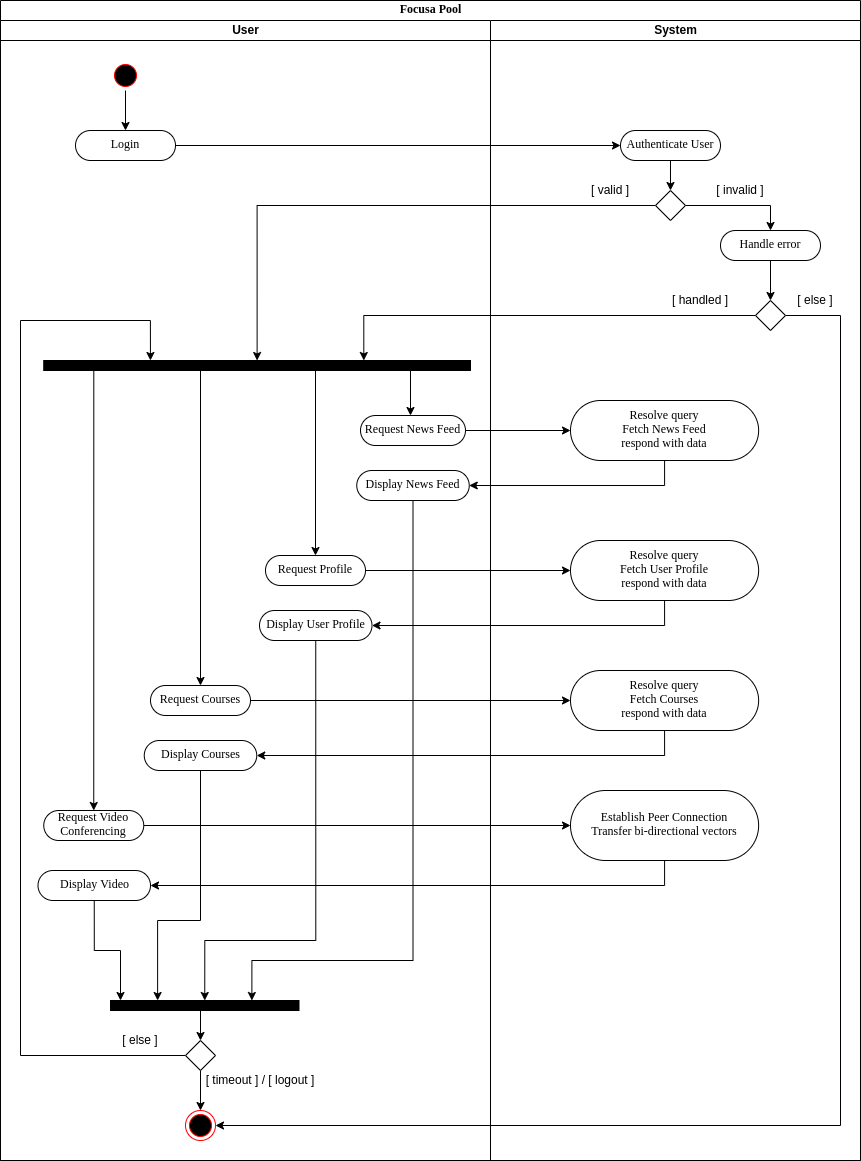
Above: report/images/activity.png in yashdiniz/focusa2021 (draw.io), before the change. Source tidied: cells renumbered, new cells last; positions are measured from the earlier drawing's top-left corner, leaving out a move shared by most shapes.
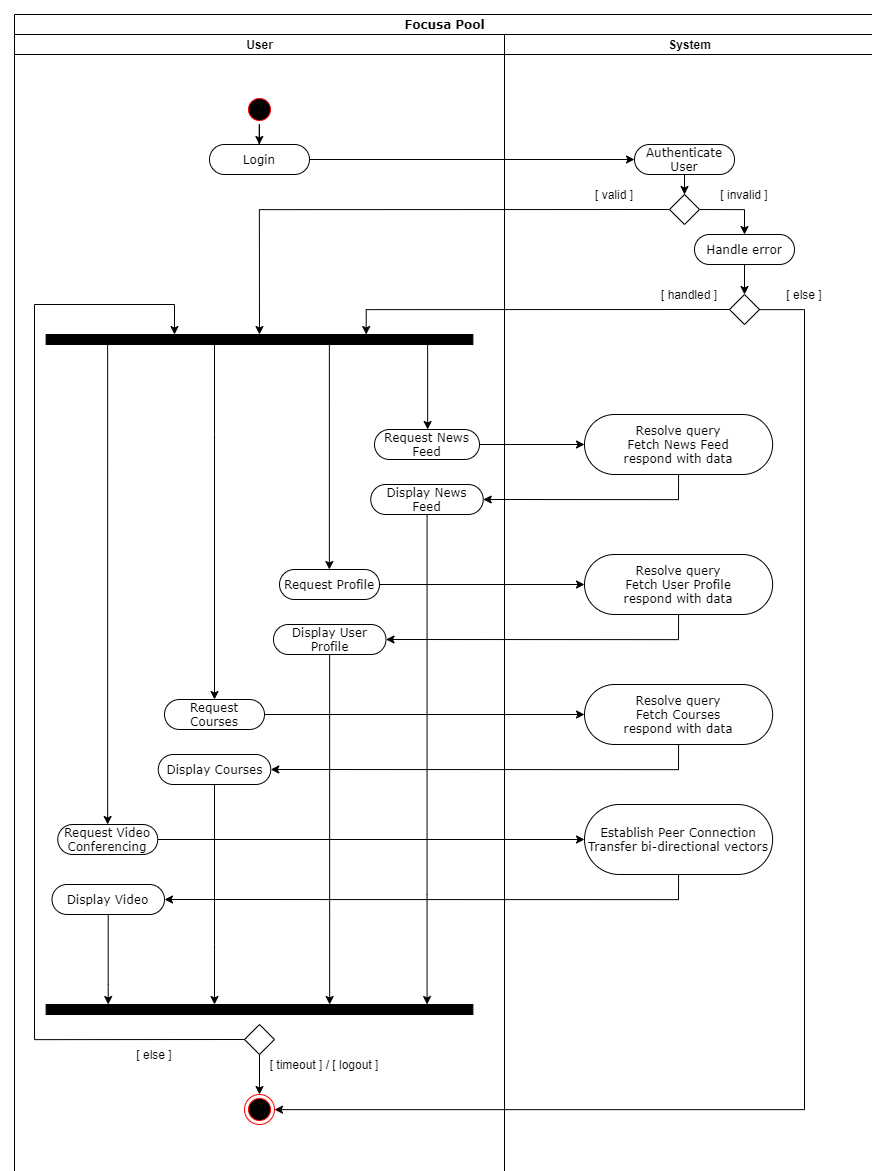
After the commit.

Change to the diagram source:
```diff
@@ -8,12 +8,12 @@
     <mxCell id="3" style="edgeStyle=orthogonalEdgeStyle;rounded=0;jettySize=auto;html=1;exitX=1;exitY=0.5;exitDx=0;exitDy=0;entryX=0;entryY=0.5;entryDx=0;entryDy=0;" parent="2" edge="1" source="15" target="46">
       <mxGeometry relative="1" as="geometry" />
     </mxCell>
-    <mxCell id="4" style="edgeStyle=orthogonalEdgeStyle;rounded=0;jettySize=auto;html=1;exitX=0;exitY=0.5;exitDx=0;exitDy=0;entryX=0.5;entryY=0;entryDx=0;entryDy=0;" parent="2" edge="1" source="50" target="19">
-      <mxGeometry relative="1" as="geometry" />
-    </mxCell>
-    <mxCell id="5" style="edgeStyle=orthogonalEdgeStyle;rounded=0;jettySize=auto;html=1;exitX=0;exitY=0.5;exitDx=0;exitDy=0;entryX=0.75;entryY=0;entryDx=0;entryDy=0;" parent="2" edge="1" source="52" target="19">
-      <mxGeometry relative="1" as="geometry" />
-    </mxCell>
+    <mxCell id="60" style="edgeStyle=orthogonalEdgeStyle;rounded=0;jettySize=auto;html=1;exitX=0;exitY=0.5;exitDx=0;exitDy=0;entryX=0.5;entryY=0;entryDx=0;entryDy=0;" parent="2" edge="1" source="81" target="68">
+      <mxGeometry relative="1" as="geometry" />
+    </mxCell>
+    <mxCell id="61" style="edgeStyle=orthogonalEdgeStyle;rounded=0;jettySize=auto;html=1;exitX=0;exitY=0.5;exitDx=0;exitDy=0;entryX=0.75;entryY=0;entryDx=0;entryDy=0;" parent="2" edge="1" source="82" target="68">
+      <mxGeometry relative="1" as="geometry" />
+    </mxCell>
     <mxCell id="6" style="edgeStyle=orthogonalEdgeStyle;rounded=0;jettySize=auto;html=1;exitX=1;exitY=0.5;exitDx=0;exitDy=0;entryX=0;entryY=0.5;entryDx=0;entryDy=0;" parent="2" edge="1" source="26" target="55">
       <mxGeometry relative="1" as="geometry" />
     </mxCell>
@@ -42,171 +42,164 @@
       <mxGeometry y="20" width="490" height="1140" as="geometry" />
     </mxCell>
     <mxCell id="15" value="Login" style="rounded=1;whiteSpace=wrap;html=1;shadow=0;comic=0;labelBackgroundColor=none;strokeWidth=1;fontFamily=Verdana;fontSize=12;align=center;arcSize=50;" parent="14" vertex="1">
-      <mxGeometry x="75" y="110" width="100" height="30" as="geometry" />
+      <mxGeometry x="195" y="110" width="100" height="30" as="geometry" />
     </mxCell>
-    <mxCell id="16" style="edgeStyle=orthogonalEdgeStyle;rounded=0;jettySize=auto;html=1;exitX=0.5;exitY=1;exitDx=0;exitDy=0;" parent="14" edge="1" source="17" target="15">
-      <mxGeometry relative="1" as="geometry" />
-    </mxCell>
-    <mxCell id="17" style="ellipse;html=1;shape=startState;fillColor=#000000;strokeColor=#ff0000;" parent="14" vertex="1">
-      <mxGeometry x="110" y="40" width="30" height="30" as="geometry" />
-    </mxCell>
-    <mxCell id="18" style="edgeStyle=orthogonalEdgeStyle;rounded=0;jettySize=auto;html=1;exitX=0.75;exitY=1;exitDx=0;exitDy=0;" parent="14" edge="1" source="19" target="26">
-      <mxGeometry relative="1" as="geometry">
-        <Array as="points">
-          <mxPoint x="410" y="350" />
-        </Array>
-      </mxGeometry>
-    </mxCell>
-    <mxCell id="19" style="whiteSpace=wrap;html=1;rounded=0;shadow=0;comic=0;labelBackgroundColor=none;strokeWidth=1;fillColor=#000000;fontFamily=Verdana;fontSize=12;align=center;rotation=0;" parent="14" vertex="1">
-      <mxGeometry x="43.2" y="340" width="426.8" height="10" as="geometry" />
-    </mxCell>
+    <mxCell id="62" style="edgeStyle=orthogonalEdgeStyle;rounded=0;jettySize=auto;html=1;" parent="14" edge="1" source="63" target="15">
+      <mxGeometry relative="1" as="geometry" />
+    </mxCell>
+    <mxCell id="63" style="ellipse;html=1;shape=startState;fillColor=#000000;strokeColor=#ff0000;" parent="14" vertex="1">
+      <mxGeometry x="230" y="60" width="30" height="30" as="geometry" />
+    </mxCell>
+    <mxCell id="64" style="edgeStyle=orthogonalEdgeStyle;rounded=0;jettySize=auto;html=1;" parent="14" edge="1" source="68" target="26">
+      <mxGeometry relative="1" as="geometry">
+        <Array as="points">
+          <mxPoint x="413" y="330" />
+          <mxPoint x="413" y="330" />
+        </Array>
+      </mxGeometry>
+    </mxCell>
+    <mxCell id="65" style="edgeStyle=orthogonalEdgeStyle;rounded=0;jettySize=auto;html=1;" parent="14" edge="1" source="68" target="24">
+      <mxGeometry relative="1" as="geometry">
+        <Array as="points">
+          <mxPoint x="315" y="370" />
+          <mxPoint x="315" y="370" />
+        </Array>
+      </mxGeometry>
+    </mxCell>
+    <mxCell id="66" style="edgeStyle=orthogonalEdgeStyle;rounded=0;jettySize=auto;html=1;" parent="14" edge="1" source="68" target="22">
+      <mxGeometry relative="1" as="geometry">
+        <Array as="points">
+          <mxPoint x="200" y="400" />
+          <mxPoint x="200" y="400" />
+        </Array>
+      </mxGeometry>
+    </mxCell>
+    <mxCell id="67" style="edgeStyle=orthogonalEdgeStyle;rounded=0;jettySize=auto;html=1;" parent="14" edge="1" source="68" target="20">
+      <mxGeometry relative="1" as="geometry">
+        <Array as="points">
+          <mxPoint x="93" y="430" />
+          <mxPoint x="93" y="430" />
+        </Array>
+      </mxGeometry>
+    </mxCell>
+    <mxCell id="68" style="whiteSpace=wrap;html=1;rounded=0;shadow=0;comic=0;labelBackgroundColor=none;strokeWidth=1;fillColor=#000000;fontFamily=Verdana;fontSize=12;align=center;rotation=0;" parent="14" vertex="1">
+      <mxGeometry x="31.6" y="300" width="426.8" height="10" as="geometry" />
+    </mxCell>
     <mxCell id="20" value="Request Video Conferencing" style="rounded=1;whiteSpace=wrap;html=1;shadow=0;comic=0;labelBackgroundColor=none;strokeWidth=1;fontFamily=Verdana;fontSize=12;align=center;arcSize=50;" parent="14" vertex="1">
       <mxGeometry x="43.2" y="790" width="100" height="30" as="geometry" />
     </mxCell>
-    <mxCell id="21" style="edgeStyle=orthogonalEdgeStyle;rounded=0;jettySize=auto;html=1;exitX=0.25;exitY=1;exitDx=0;exitDy=0;entryX=0.5;entryY=0;entryDx=0;entryDy=0;" parent="14" edge="1" source="19" target="20">
-      <mxGeometry relative="1" as="geometry">
-        <Array as="points">
-          <mxPoint x="93" y="350" />
-        </Array>
-      </mxGeometry>
-    </mxCell>
     <mxCell id="22" value="Request Courses" style="rounded=1;whiteSpace=wrap;html=1;shadow=0;comic=0;labelBackgroundColor=none;strokeWidth=1;fontFamily=Verdana;fontSize=12;align=center;arcSize=50;" parent="14" vertex="1">
       <mxGeometry x="150" y="665" width="100" height="30" as="geometry" />
     </mxCell>
-    <mxCell id="23" style="edgeStyle=orthogonalEdgeStyle;rounded=0;jettySize=auto;html=1;exitX=0.5;exitY=1;exitDx=0;exitDy=0;entryX=0.5;entryY=0;entryDx=0;entryDy=0;" parent="14" edge="1" source="19" target="22">
-      <mxGeometry relative="1" as="geometry">
-        <Array as="points">
-          <mxPoint x="200" y="350" />
-        </Array>
-      </mxGeometry>
-    </mxCell>
     <mxCell id="24" value="Request Profile" style="rounded=1;whiteSpace=wrap;html=1;shadow=0;comic=0;labelBackgroundColor=none;strokeWidth=1;fontFamily=Verdana;fontSize=12;align=center;arcSize=50;" parent="14" vertex="1">
       <mxGeometry x="265" y="535" width="100" height="30" as="geometry" />
     </mxCell>
-    <mxCell id="25" style="edgeStyle=orthogonalEdgeStyle;rounded=0;jettySize=auto;html=1;exitX=0.75;exitY=1;exitDx=0;exitDy=0;" parent="14" edge="1" source="19" target="24">
-      <mxGeometry relative="1" as="geometry">
-        <Array as="points">
-          <mxPoint x="315" y="350" />
-        </Array>
-      </mxGeometry>
-    </mxCell>
     <mxCell id="26" value="Request News Feed" style="rounded=1;whiteSpace=wrap;html=1;shadow=0;comic=0;labelBackgroundColor=none;strokeWidth=1;fontFamily=Verdana;fontSize=12;align=center;arcSize=50;" parent="14" vertex="1">
       <mxGeometry x="360" y="395" width="105" height="30" as="geometry" />
     </mxCell>
-    <mxCell id="27" style="edgeStyle=orthogonalEdgeStyle;rounded=0;jettySize=auto;html=1;exitX=0.5;exitY=1;exitDx=0;exitDy=0;entryX=0.75;entryY=0;entryDx=0;entryDy=0;" parent="14" edge="1" source="28" target="39">
-      <mxGeometry relative="1" as="geometry">
-        <Array as="points">
-          <mxPoint x="413" y="940" />
-          <mxPoint x="251" y="940" />
-        </Array>
-      </mxGeometry>
-    </mxCell>
+    <mxCell id="69" style="edgeStyle=orthogonalEdgeStyle;rounded=0;jettySize=auto;html=1;" parent="14" edge="1" source="28" target="77">
+      <mxGeometry relative="1" as="geometry">
+        <Array as="points">
+          <mxPoint x="413" y="860" />
+          <mxPoint x="413" y="860" />
+        </Array>
+      </mxGeometry>
+    </mxCell>
     <mxCell id="28" value="Display News Feed" style="rounded=1;whiteSpace=wrap;html=1;shadow=0;comic=0;labelBackgroundColor=none;strokeWidth=1;fontFamily=Verdana;fontSize=12;align=center;arcSize=50;" parent="14" vertex="1">
       <mxGeometry x="356.2" y="450" width="112.5" height="30" as="geometry" />
     </mxCell>
-    <mxCell id="29" style="edgeStyle=orthogonalEdgeStyle;rounded=0;jettySize=auto;html=1;exitX=0.5;exitY=1;exitDx=0;exitDy=0;entryX=0.5;entryY=0;entryDx=0;entryDy=0;" parent="14" edge="1" source="30" target="39">
-      <mxGeometry relative="1" as="geometry">
-        <Array as="points">
-          <mxPoint x="315" y="920" />
-          <mxPoint x="204" y="920" />
-        </Array>
-      </mxGeometry>
-    </mxCell>
+    <mxCell id="70" style="edgeStyle=orthogonalEdgeStyle;rounded=0;jettySize=auto;html=1;" parent="14" edge="1" source="30" target="77">
+      <mxGeometry relative="1" as="geometry">
+        <Array as="points">
+          <mxPoint x="315" y="880" />
+          <mxPoint x="315" y="880" />
+        </Array>
+      </mxGeometry>
+    </mxCell>
     <mxCell id="30" value="Display User Profile" style="rounded=1;whiteSpace=wrap;html=1;shadow=0;comic=0;labelBackgroundColor=none;strokeWidth=1;fontFamily=Verdana;fontSize=12;align=center;arcSize=50;" parent="14" vertex="1">
       <mxGeometry x="259" y="590" width="112.5" height="30" as="geometry" />
     </mxCell>
-    <mxCell id="31" style="edgeStyle=orthogonalEdgeStyle;rounded=0;jettySize=auto;html=1;exitX=0.5;exitY=1;exitDx=0;exitDy=0;entryX=0.25;entryY=0;entryDx=0;entryDy=0;" parent="14" edge="1" source="32" target="39">
-      <mxGeometry relative="1" as="geometry">
-        <Array as="points">
-          <mxPoint x="200" y="900" />
-          <mxPoint x="157" y="900" />
-        </Array>
-      </mxGeometry>
-    </mxCell>
+    <mxCell id="71" style="edgeStyle=orthogonalEdgeStyle;rounded=0;jettySize=auto;html=1;" parent="14" edge="1" source="32" target="77">
+      <mxGeometry relative="1" as="geometry">
+        <Array as="points">
+          <mxPoint x="200" y="910" />
+          <mxPoint x="200" y="910" />
+        </Array>
+      </mxGeometry>
+    </mxCell>
     <mxCell id="32" value="Display Courses" style="rounded=1;whiteSpace=wrap;html=1;shadow=0;comic=0;labelBackgroundColor=none;strokeWidth=1;fontFamily=Verdana;fontSize=12;align=center;arcSize=50;" parent="14" vertex="1">
       <mxGeometry x="143.8" y="720" width="112.5" height="30" as="geometry" />
     </mxCell>
-    <mxCell id="33" style="edgeStyle=orthogonalEdgeStyle;rounded=0;jettySize=auto;html=1;exitX=0.5;exitY=1;exitDx=0;exitDy=0;" parent="14" edge="1" source="34" target="39">
-      <mxGeometry relative="1" as="geometry">
-        <Array as="points">
-          <mxPoint x="94" y="930" />
-          <mxPoint x="120" y="930" />
-        </Array>
-      </mxGeometry>
-    </mxCell>
+    <mxCell id="72" style="edgeStyle=orthogonalEdgeStyle;rounded=0;jettySize=auto;html=1;" parent="14" edge="1" source="34" target="77">
+      <mxGeometry relative="1" as="geometry">
+        <Array as="points">
+          <mxPoint x="94" y="950" />
+          <mxPoint x="94" y="950" />
+        </Array>
+      </mxGeometry>
+    </mxCell>
     <mxCell id="34" value="Display Video" style="rounded=1;whiteSpace=wrap;html=1;shadow=0;comic=0;labelBackgroundColor=none;strokeWidth=1;fontFamily=Verdana;fontSize=12;align=center;arcSize=50;" parent="14" vertex="1">
       <mxGeometry x="37.5" y="850" width="112.5" height="30" as="geometry" />
     </mxCell>
-    <mxCell id="35" style="edgeStyle=orthogonalEdgeStyle;rounded=0;jettySize=auto;html=1;exitX=0.5;exitY=1;exitDx=0;exitDy=0;entryX=0.5;entryY=0;entryDx=0;entryDy=0;" parent="14" edge="1" source="37" target="40">
-      <mxGeometry relative="1" as="geometry" />
-    </mxCell>
-    <mxCell id="36" style="edgeStyle=orthogonalEdgeStyle;rounded=0;jettySize=auto;html=1;exitX=0;exitY=0.5;exitDx=0;exitDy=0;entryX=0.25;entryY=0;entryDx=0;entryDy=0;" parent="14" edge="1" source="37" target="19">
-      <mxGeometry relative="1" as="geometry">
-        <Array as="points">
-          <mxPoint x="20" y="1035" />
-          <mxPoint x="20" y="300" />
-          <mxPoint x="150" y="300" />
-        </Array>
-      </mxGeometry>
-    </mxCell>
-    <mxCell id="37" style="rhombus;whiteSpace=wrap;html=1;" parent="14" vertex="1">
-      <mxGeometry x="185" y="1020" width="30" height="30" as="geometry" />
-    </mxCell>
-    <mxCell id="38" style="edgeStyle=orthogonalEdgeStyle;rounded=0;jettySize=auto;html=1;exitX=0.5;exitY=1;exitDx=0;exitDy=0;entryX=0.5;entryY=0;entryDx=0;entryDy=0;" parent="14" edge="1" source="39" target="37">
-      <mxGeometry relative="1" as="geometry" />
-    </mxCell>
-    <mxCell id="39" style="whiteSpace=wrap;html=1;rounded=0;shadow=0;comic=0;labelBackgroundColor=none;strokeWidth=1;fillColor=#000000;fontFamily=Verdana;fontSize=12;align=center;rotation=0;" parent="14" vertex="1">
-      <mxGeometry x="110" y="980" width="188.5" height="10" as="geometry" />
-    </mxCell>
-    <mxCell id="40" style="ellipse;html=1;shape=endState;fillColor=#000000;strokeColor=#ff0000;" parent="14" vertex="1">
-      <mxGeometry x="185" y="1090" width="30" height="30" as="geometry" />
-    </mxCell>
+    <mxCell id="73" style="edgeStyle=orthogonalEdgeStyle;rounded=0;jettySize=auto;html=1;exitX=0.5;exitY=1;exitDx=0;exitDy=0;entryX=0.5;entryY=0;entryDx=0;entryDy=0;" parent="14" edge="1" source="75" target="76">
+      <mxGeometry relative="1" as="geometry" />
+    </mxCell>
+    <mxCell id="74" style="edgeStyle=orthogonalEdgeStyle;rounded=0;jettySize=auto;html=1;exitX=0;exitY=0.5;exitDx=0;exitDy=0;" parent="14" edge="1" source="75" target="68">
+      <mxGeometry relative="1" as="geometry">
+        <Array as="points">
+          <mxPoint x="20" y="1005" />
+          <mxPoint x="20" y="270" />
+          <mxPoint x="160" y="270" />
+        </Array>
+      </mxGeometry>
+    </mxCell>
+    <mxCell id="75" style="rhombus;whiteSpace=wrap;html=1;" parent="14" vertex="1">
+      <mxGeometry x="230" y="990" width="30" height="30" as="geometry" />
+    </mxCell>
+    <mxCell id="76" style="ellipse;html=1;shape=endState;fillColor=#000000;strokeColor=#ff0000;" parent="14" vertex="1">
+      <mxGeometry x="230" y="1060" width="30" height="30" as="geometry" />
+    </mxCell>
     <mxCell id="41" value="[ timeout ] / [ logout ]" style="text;html=1;strokeColor=none;fillColor=none;align=center;verticalAlign=middle;whiteSpace=wrap;rounded=0;" parent="14" vertex="1">
-      <mxGeometry x="200" y="1050" width="120" height="20" as="geometry" />
+      <mxGeometry x="250" y="1020" width="120" height="20" as="geometry" />
     </mxCell>
     <mxCell id="42" value="[ else ]" style="text;html=1;strokeColor=none;fillColor=none;align=center;verticalAlign=middle;whiteSpace=wrap;rounded=0;" parent="14" vertex="1">
       <mxGeometry x="120" y="1010" width="40" height="20" as="geometry" />
     </mxCell>
-    <mxCell id="43" style="edgeStyle=orthogonalEdgeStyle;rounded=0;jettySize=auto;html=1;exitX=1;exitY=0.5;exitDx=0;exitDy=0;entryX=1;entryY=0.5;entryDx=0;entryDy=0;" parent="2" edge="1" source="52" target="40">
-      <mxGeometry relative="1" as="geometry">
-        <Array as="points">
-          <mxPoint x="840" y="315" />
-          <mxPoint x="840" y="1125" />
-        </Array>
-      </mxGeometry>
-    </mxCell>
+    <mxCell id="77" style="whiteSpace=wrap;html=1;rounded=0;shadow=0;comic=0;labelBackgroundColor=none;strokeWidth=1;fillColor=#000000;fontFamily=Verdana;fontSize=12;align=center;rotation=0;" parent="14" vertex="1">
+      <mxGeometry x="31.6" y="970" width="426.8" height="10" as="geometry" />
+    </mxCell>
     <mxCell id="44" value="System" style="swimlane;html=1;startSize=20;" parent="2" vertex="1">
       <mxGeometry x="490" y="20" width="370" height="1140" as="geometry" />
     </mxCell>
-    <mxCell id="45" style="edgeStyle=orthogonalEdgeStyle;rounded=0;jettySize=auto;html=1;exitX=0.5;exitY=1;exitDx=0;exitDy=0;" parent="44" edge="1" source="46" target="50">
-      <mxGeometry relative="1" as="geometry" />
-    </mxCell>
+    <mxCell id="78" style="edgeStyle=orthogonalEdgeStyle;rounded=0;jettySize=auto;html=1;exitX=0.5;exitY=1;exitDx=0;exitDy=0;" parent="44" edge="1" source="46" target="81">
+      <mxGeometry relative="1" as="geometry" />
+    </mxCell>
     <mxCell id="46" value="Authenticate User" style="rounded=1;whiteSpace=wrap;html=1;shadow=0;comic=0;labelBackgroundColor=none;strokeWidth=1;fontFamily=Verdana;fontSize=12;align=center;arcSize=50;" parent="44" vertex="1">
       <mxGeometry x="130" y="110" width="100" height="30" as="geometry" />
     </mxCell>
-    <mxCell id="47" style="edgeStyle=orthogonalEdgeStyle;rounded=0;jettySize=auto;html=1;exitX=0.5;exitY=1;exitDx=0;exitDy=0;entryX=0.5;entryY=0;entryDx=0;entryDy=0;" parent="44" edge="1" source="48" target="52">
-      <mxGeometry relative="1" as="geometry" />
-    </mxCell>
+    <mxCell id="79" style="edgeStyle=orthogonalEdgeStyle;rounded=0;jettySize=auto;html=1;exitX=0.5;exitY=1;exitDx=0;exitDy=0;entryX=0.5;entryY=0;entryDx=0;entryDy=0;" parent="44" edge="1" source="48" target="82">
+      <mxGeometry relative="1" as="geometry" />
+    </mxCell>
     <mxCell id="48" value="Handle error" style="rounded=1;whiteSpace=wrap;html=1;shadow=0;comic=0;labelBackgroundColor=none;strokeWidth=1;fontFamily=Verdana;fontSize=12;align=center;arcSize=50;" parent="44" vertex="1">
-      <mxGeometry x="230" y="210" width="100" height="30" as="geometry" />
+      <mxGeometry x="190" y="200" width="100" height="30" as="geometry" />
     </mxCell>
-    <mxCell id="49" style="edgeStyle=orthogonalEdgeStyle;rounded=0;jettySize=auto;html=1;exitX=1;exitY=0.5;exitDx=0;exitDy=0;entryX=0.5;entryY=0;entryDx=0;entryDy=0;" parent="44" edge="1" source="50" target="48">
-      <mxGeometry relative="1" as="geometry" />
-    </mxCell>
-    <mxCell id="50" style="rhombus;whiteSpace=wrap;html=1;" parent="44" vertex="1">
-      <mxGeometry x="165" y="170" width="30" height="30" as="geometry" />
-    </mxCell>
+    <mxCell id="80" style="edgeStyle=orthogonalEdgeStyle;rounded=0;jettySize=auto;html=1;exitX=1;exitY=0.5;exitDx=0;exitDy=0;entryX=0.5;entryY=0;entryDx=0;entryDy=0;" parent="44" edge="1" source="81" target="48">
+      <mxGeometry relative="1" as="geometry" />
+    </mxCell>
+    <mxCell id="81" style="rhombus;whiteSpace=wrap;html=1;" parent="44" vertex="1">
+      <mxGeometry x="165" y="160" width="30" height="30" as="geometry" />
+    </mxCell>
     <mxCell id="51" value="[ invalid ]" style="text;html=1;strokeColor=none;fillColor=none;align=center;verticalAlign=middle;whiteSpace=wrap;rounded=0;" parent="44" vertex="1">
-      <mxGeometry x="220" y="160" width="60" height="20" as="geometry" />
+      <mxGeometry x="210" y="150" width="60" height="20" as="geometry" />
     </mxCell>
-    <mxCell id="52" style="rhombus;whiteSpace=wrap;html=1;" parent="44" vertex="1">
-      <mxGeometry x="265" y="280" width="30" height="30" as="geometry" />
-    </mxCell>
+    <mxCell id="82" style="rhombus;whiteSpace=wrap;html=1;" parent="44" vertex="1">
+      <mxGeometry x="225" y="260" width="30" height="30" as="geometry" />
+    </mxCell>
     <mxCell id="53" value="[ valid ]" style="text;html=1;strokeColor=none;fillColor=none;align=center;verticalAlign=middle;whiteSpace=wrap;rounded=0;" parent="44" vertex="1">
-      <mxGeometry x="90" y="160" width="60" height="20" as="geometry" />
+      <mxGeometry x="80" y="150" width="60" height="20" as="geometry" />
     </mxCell>
     <mxCell id="54" value="[ handled ]" style="text;html=1;strokeColor=none;fillColor=none;align=center;verticalAlign=middle;whiteSpace=wrap;rounded=0;" parent="44" vertex="1">
-      <mxGeometry x="180" y="270" width="60" height="20" as="geometry" />
+      <mxGeometry x="155" y="250" width="60" height="20" as="geometry" />
     </mxCell>
     <mxCell id="55" value="Resolve query&lt;br&gt;Fetch News Feed&lt;br&gt;respond with data" style="rounded=1;whiteSpace=wrap;html=1;shadow=0;comic=0;labelBackgroundColor=none;strokeWidth=1;fontFamily=Verdana;fontSize=12;align=center;arcSize=50;" parent="44" vertex="1">
       <mxGeometry x="80" y="380" width="188.1" height="60" as="geometry" />
@@ -221,7 +214,15 @@
       <mxGeometry x="80" y="770" width="188.1" height="70" as="geometry" />
     </mxCell>
     <mxCell id="59" value="[ else ]" style="text;html=1;strokeColor=none;fillColor=none;align=center;verticalAlign=middle;whiteSpace=wrap;rounded=0;" parent="44" vertex="1">
-      <mxGeometry x="295" y="270" width="60" height="20" as="geometry" />
+      <mxGeometry x="270" y="250" width="60" height="20" as="geometry" />
     </mxCell>
+    <mxCell id="83" style="edgeStyle=orthogonalEdgeStyle;rounded=0;jettySize=auto;html=1;" parent="2" edge="1" source="82" target="76">
+      <mxGeometry relative="1" as="geometry">
+        <Array as="points">
+          <mxPoint x="790" y="295" />
+          <mxPoint x="790" y="1095" />
+        </Array>
+      </mxGeometry>
+    </mxCell>
   </root>
 </mxGraphModel>
```
